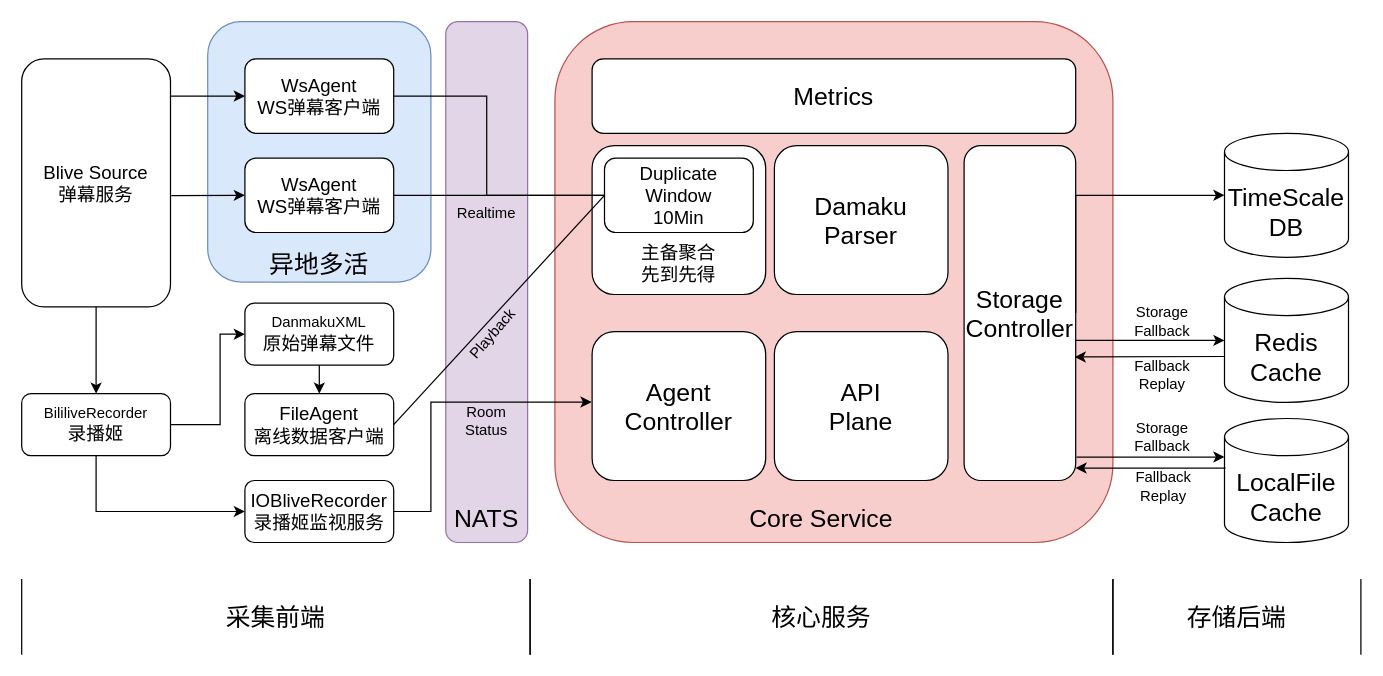
TiyaAnlite/FocotServices keeps this draw.io diagram as page "io-blive-damaku" (2 of 2) of docs/biliCenter.drawio. Above is the earlier version. Source tidied: cells renumbered, new cells numbered last; positions are measured from the earlier drawing's top-left corner, leaving out a move shared by most shapes. Both pictures are drawn from the tidied source at 124%, with x=0, y=0 at pixel (21, 21).
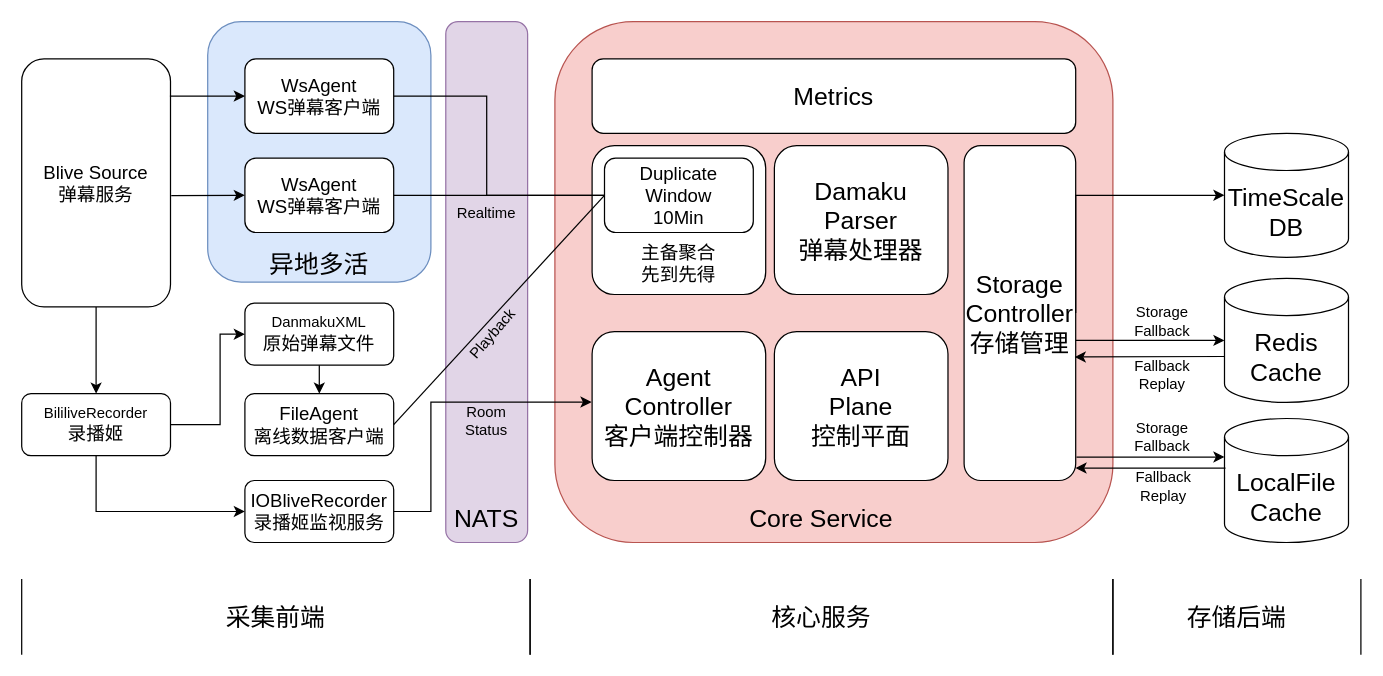
After the change.

What changed in the source:
```diff
@@
-    <mxCell id="32" value="Agent Controller" style="rounded=1;whiteSpace=wrap;html=1;fontSize=20;" parent="1" vertex="1">
+    <mxCell id="32" value="Agent Controller&lt;div&gt;客户端控制器&lt;/div&gt;" style="rounded=1;whiteSpace=wrap;html=1;fontSize=20;" parent="1" vertex="1">
       <mxGeometry x="460" y="250" width="140" height="120" as="geometry" />
     </mxCell>
-    <mxCell id="33" value="Damaku Parser" style="rounded=1;whiteSpace=wrap;html=1;fontSize=20;" parent="1" vertex="1">
+    <mxCell id="33" value="Damaku Parser&lt;div&gt;弹幕处理器&lt;/div&gt;" style="rounded=1;whiteSpace=wrap;html=1;fontSize=20;" parent="1" vertex="1">
       <mxGeometry x="607" y="100" width="140" height="120" as="geometry" />
     </mxCell>
@@
-    <mxCell id="37" value="API&lt;div&gt;Plane&lt;/div&gt;" style="rounded=1;whiteSpace=wrap;html=1;fontSize=20;" parent="1" vertex="1">
+    <mxCell id="37" value="API&lt;div&gt;Plane&lt;/div&gt;&lt;div&gt;控制平面&lt;/div&gt;" style="rounded=1;whiteSpace=wrap;html=1;fontSize=20;" parent="1" vertex="1">
       <mxGeometry x="607" y="250" width="140" height="120" as="geometry" />
     </mxCell>
-    <mxCell id="38" value="Storage Controller" style="rounded=1;whiteSpace=wrap;html=1;fontSize=20;" parent="1" vertex="1">
+    <mxCell id="38" value="Storage Controller&lt;div&gt;存储管理&lt;/div&gt;" style="rounded=1;whiteSpace=wrap;html=1;fontSize=20;" parent="1" vertex="1">
       <mxGeometry x="760" y="100" width="90" height="270" as="geometry" />
     </mxCell>
```
